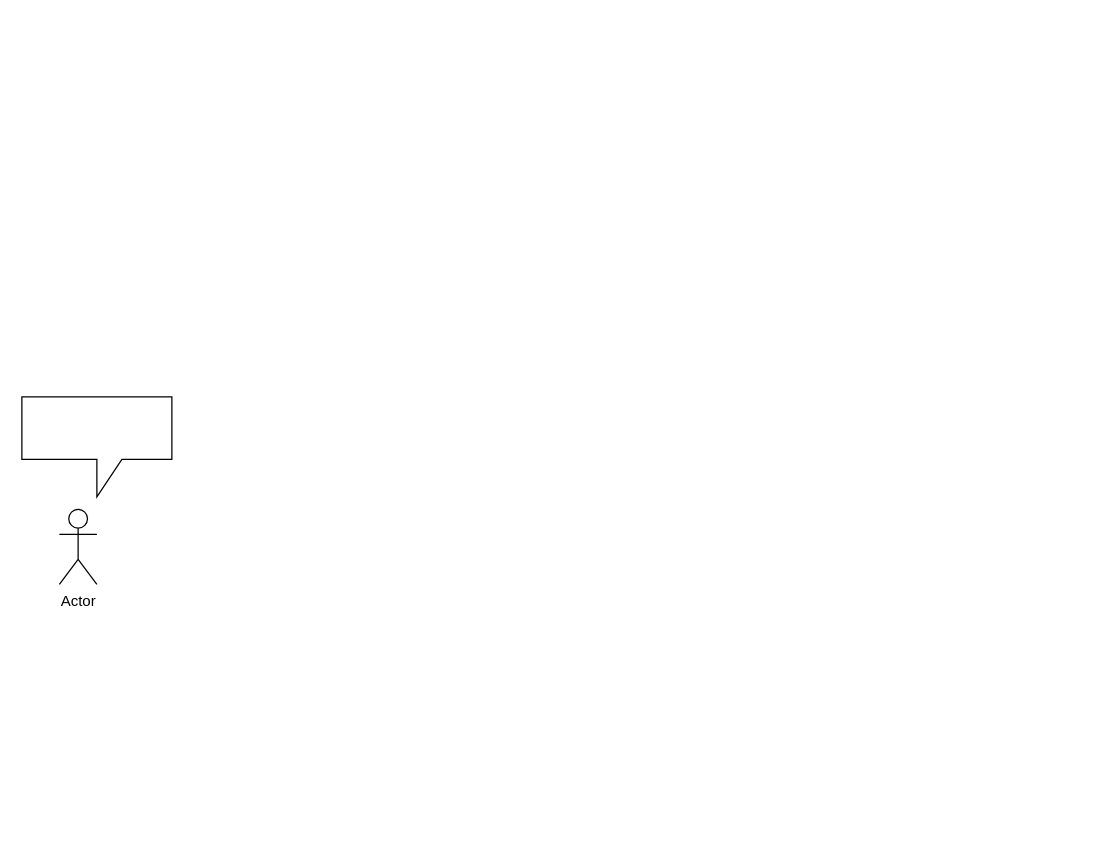
This is 0816 애플리케이션 유스케이스.drawio from doit0/usecase-diagram, a draw.io file, before an edit. Source tidied: cells renumbered, new cells numbered last; positions are measured from the earlier drawing's top-left corner, leaving out a move shared by most shapes. Both pictures are drawn from the tidied source at 125%, with x=0, y=0 at pixel (21, 396).
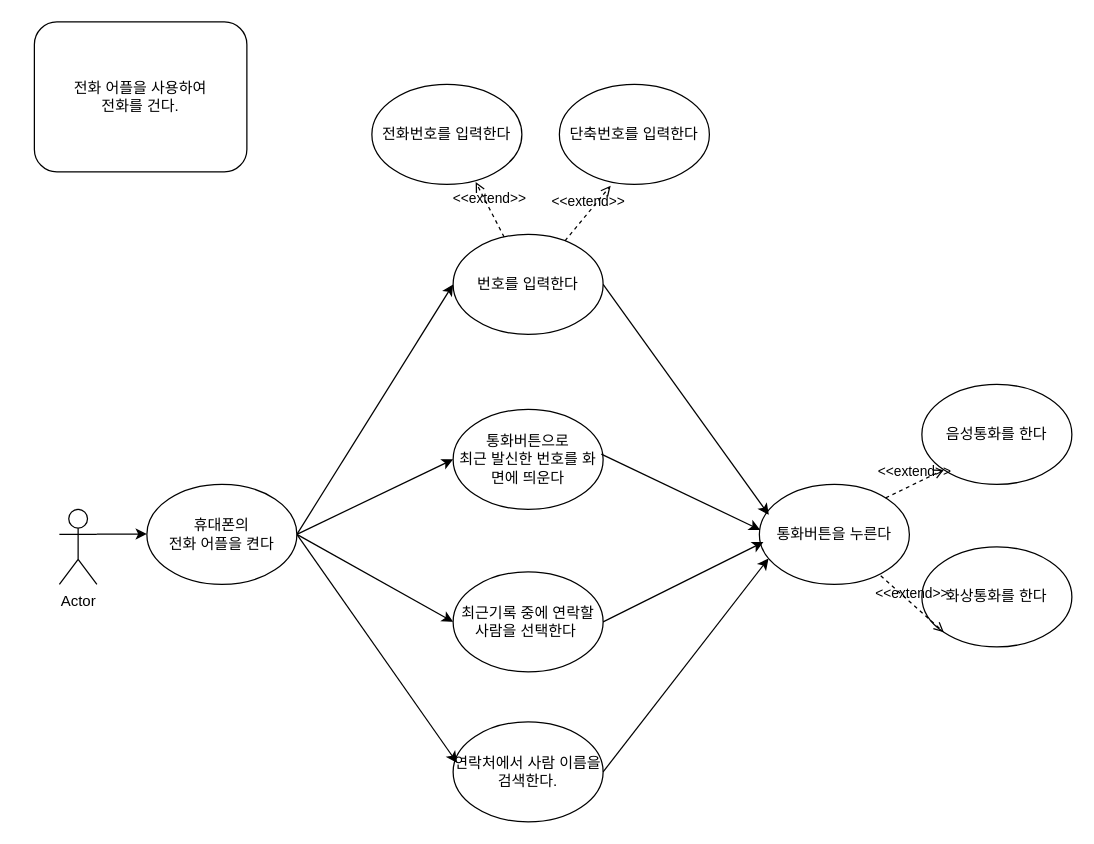
The same diagram, later.

Commit message:
0816 애플리케이션 유스케이스.drawio 업데이트

What changed in the source:
```diff
@@
-    <mxCell id="3" style="shape=callout;whiteSpace=wrap;html=1;perimeter=calloutPerimeter;" parent="1" vertex="1">
-      <mxGeometry width="120" height="80" as="geometry" />
-    </mxCell>
+    <mxCell id="4" value="번호를 입력한다" style="ellipse;whiteSpace=wrap;html=1;" parent="1" vertex="1">
+      <mxGeometry x="345" y="-130" width="120" height="80" as="geometry" />
+    </mxCell>
+    <mxCell id="5" value="통화버튼으로&lt;br&gt;최근 발신한 번호를 화면에 띄운다" style="ellipse;whiteSpace=wrap;html=1;" parent="1" vertex="1">
+      <mxGeometry x="345" y="10" width="120" height="80" as="geometry" />
+    </mxCell>
+    <mxCell id="6" value="최근기록 중에 연락할 사람을 선택한다&amp;nbsp;" style="ellipse;whiteSpace=wrap;html=1;" parent="1" vertex="1">
+      <mxGeometry x="345" y="140" width="120" height="80" as="geometry" />
+    </mxCell>
+    <mxCell id="7" style="endArrow=classic;html=1;rounded=0;entryX=0;entryY=0.5;entryDx=0;entryDy=0;" parent="1" edge="1" target="4">
+      <mxGeometry relative="1" as="geometry">
+        <mxPoint x="220" y="110" as="sourcePoint" />
+      </mxGeometry>
+    </mxCell>
+    <mxCell id="8" style="endArrow=classic;html=1;rounded=0;exitX=1;exitY=0.5;exitDx=0;exitDy=0;entryX=0;entryY=0.5;entryDx=0;entryDy=0;" parent="1" edge="1" source="11" target="5">
+      <mxGeometry relative="1" as="geometry" />
+    </mxCell>
+    <mxCell id="9" style="endArrow=classic;html=1;rounded=0;entryX=0;entryY=0.5;entryDx=0;entryDy=0;exitX=1;exitY=0.5;exitDx=0;exitDy=0;" parent="1" edge="1" source="11" target="6">
+      <mxGeometry relative="1" as="geometry" />
+    </mxCell>
+    <mxCell id="10" value="전화 어플을 사용하여&lt;br&gt;전화를 건다." style="rounded=1;whiteSpace=wrap;html=1;" parent="1" vertex="1">
+      <mxGeometry x="10" y="-300" width="170" height="120" as="geometry" />
+    </mxCell>
+    <mxCell id="11" value="휴대폰의 &lt;br&gt;전화 어플을 켠다" style="ellipse;whiteSpace=wrap;html=1;" parent="1" vertex="1">
+      <mxGeometry x="100" y="70" width="120" height="80" as="geometry" />
+    </mxCell>
+    <mxCell id="12" style="endArrow=classic;html=1;rounded=0;" parent="1" edge="1">
+      <mxGeometry relative="1" as="geometry">
+        <mxPoint x="60" y="109.7" as="sourcePoint" />
+        <mxPoint x="100" y="109.7" as="targetPoint" />
+      </mxGeometry>
+    </mxCell>
+    <mxCell id="13" value="전화번호를 입력한다" style="ellipse;whiteSpace=wrap;html=1;" parent="1" vertex="1">
+      <mxGeometry x="280" y="-250" width="120" height="80" as="geometry" />
+    </mxCell>
+    <mxCell id="14" value="단축번호를 입력한다" style="ellipse;whiteSpace=wrap;html=1;" parent="1" vertex="1">
+      <mxGeometry x="430" y="-250" width="120" height="80" as="geometry" />
+    </mxCell>
+    <mxCell id="15" value="연락처에서 사람 이름을 검색한다." style="ellipse;whiteSpace=wrap;html=1;" parent="1" vertex="1">
+      <mxGeometry x="345" y="260" width="120" height="80" as="geometry" />
+    </mxCell>
+    <mxCell id="16" style="endArrow=classic;html=1;rounded=0;exitX=1;exitY=0.5;exitDx=0;exitDy=0;entryX=0.026;entryY=0.409;entryDx=0;entryDy=0;entryPerimeter=0;" parent="1" edge="1" source="11" target="15">
+      <mxGeometry relative="1" as="geometry" />
+    </mxCell>
+    <mxCell id="17" value="통화버튼을 누른다" style="ellipse;whiteSpace=wrap;html=1;" parent="1" vertex="1">
+      <mxGeometry x="590" y="70" width="120" height="80" as="geometry" />
+    </mxCell>
+    <mxCell id="18" style="endArrow=classic;html=1;rounded=0;entryX=0.063;entryY=0.305;entryDx=0;entryDy=0;entryPerimeter=0;" parent="1" edge="1" target="17">
+      <mxGeometry relative="1" as="geometry">
+        <mxPoint x="465" y="-90" as="sourcePoint" />
+      </mxGeometry>
+    </mxCell>
+    <mxCell id="19" style="endArrow=classic;html=1;rounded=0;entryX=0.006;entryY=0.455;entryDx=0;entryDy=0;entryPerimeter=0;exitX=0.988;exitY=0.448;exitDx=0;exitDy=0;exitPerimeter=0;" parent="1" edge="1" source="5" target="17">
+      <mxGeometry relative="1" as="geometry" />
+    </mxCell>
+    <mxCell id="20" style="endArrow=classic;html=1;rounded=0;exitX=1;exitY=0.5;exitDx=0;exitDy=0;entryX=0.027;entryY=0.577;entryDx=0;entryDy=0;entryPerimeter=0;" parent="1" edge="1" source="6" target="17">
+      <mxGeometry relative="1" as="geometry" />
+    </mxCell>
+    <mxCell id="21" style="endArrow=classic;html=1;rounded=0;exitX=1;exitY=0.5;exitDx=0;exitDy=0;entryX=0.061;entryY=0.741;entryDx=0;entryDy=0;entryPerimeter=0;" parent="1" edge="1" source="15" target="17">
+      <mxGeometry relative="1" as="geometry" />
+    </mxCell>
+    <mxCell id="22" value="음성통화를 한다" style="ellipse;whiteSpace=wrap;html=1;" parent="1" vertex="1">
+      <mxGeometry x="720" y="-10" width="120" height="80" as="geometry" />
+    </mxCell>
+    <mxCell id="23" value="화상통화를 한다" style="ellipse;whiteSpace=wrap;html=1;" parent="1" vertex="1">
+      <mxGeometry x="720" y="120" width="120" height="80" as="geometry" />
+    </mxCell>
+    <mxCell id="24" value="&amp;lt;&amp;lt;extend&amp;gt;&amp;gt;" style="html=1;verticalAlign=bottom;labelBackgroundColor=none;endArrow=open;endFill=0;dashed=1;rounded=0;entryX=0.342;entryY=1.013;entryDx=0;entryDy=0;entryPerimeter=0;" parent="1" edge="1" source="4" target="14">
+      <mxGeometry relative="1" as="geometry" />
+    </mxCell>
+    <mxCell id="25" value="&amp;lt;&amp;lt;extend&amp;gt;&amp;gt;" style="html=1;verticalAlign=bottom;labelBackgroundColor=none;endArrow=open;endFill=0;dashed=1;rounded=0;entryX=0.692;entryY=0.977;entryDx=0;entryDy=0;entryPerimeter=0;" parent="1" edge="1" source="4" target="13">
+      <mxGeometry relative="1" as="geometry" />
+    </mxCell>
+    <mxCell id="26" value="&amp;lt;&amp;lt;extend&amp;gt;&amp;gt;" style="html=1;verticalAlign=bottom;labelBackgroundColor=none;endArrow=open;endFill=0;dashed=1;rounded=0;entryX=0;entryY=1;entryDx=0;entryDy=0;exitX=0.842;exitY=0.135;exitDx=0;exitDy=0;exitPerimeter=0;" parent="1" edge="1" source="17" target="22">
+      <mxGeometry relative="1" as="geometry" />
+    </mxCell>
+    <mxCell id="27" value="&amp;lt;&amp;lt;extend&amp;gt;&amp;gt;" style="html=1;verticalAlign=bottom;labelBackgroundColor=none;endArrow=open;endFill=0;dashed=1;rounded=0;exitX=0.809;exitY=0.913;exitDx=0;exitDy=0;exitPerimeter=0;entryX=0;entryY=1;entryDx=0;entryDy=0;" parent="1" edge="1" source="17" target="23">
+      <mxGeometry relative="1" as="geometry" />
+    </mxCell>
```
